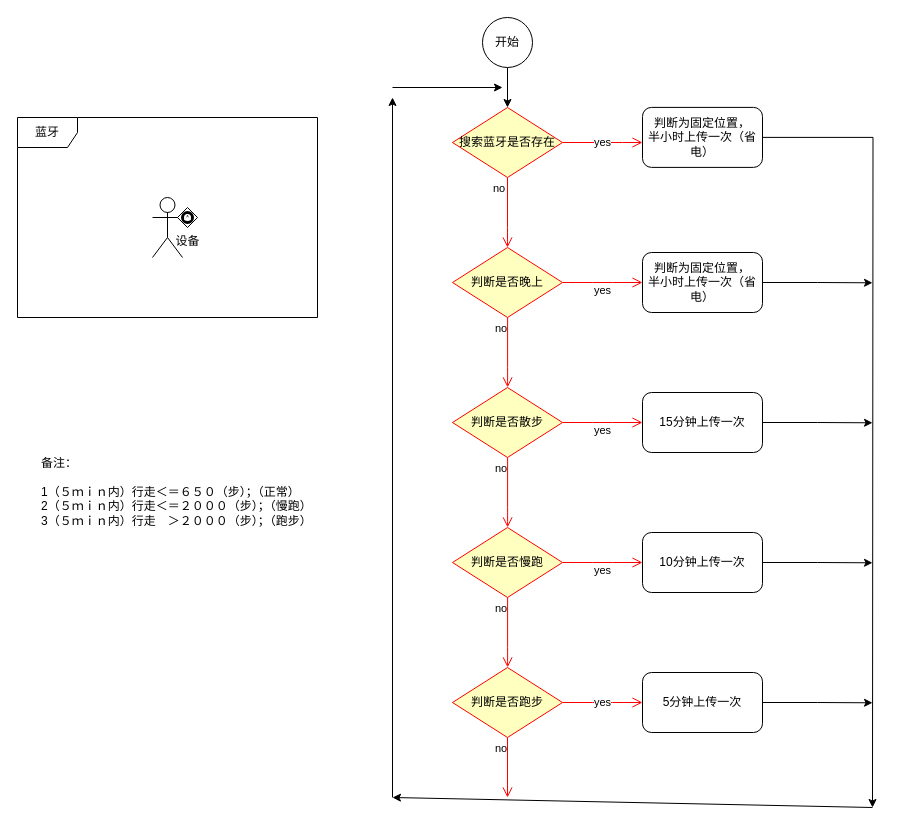
Above: local Blubooth.drawio in startpot/UML-WORK (draw.io), before the change. Source tidied: cells renumbered, new cells numbered last; positions are measured from the earlier drawing's top-left corner, leaving out a move shared by most shapes. Both pictures are drawn from the tidied source at 100%, with x=0, y=0 at pixel (17, 17).
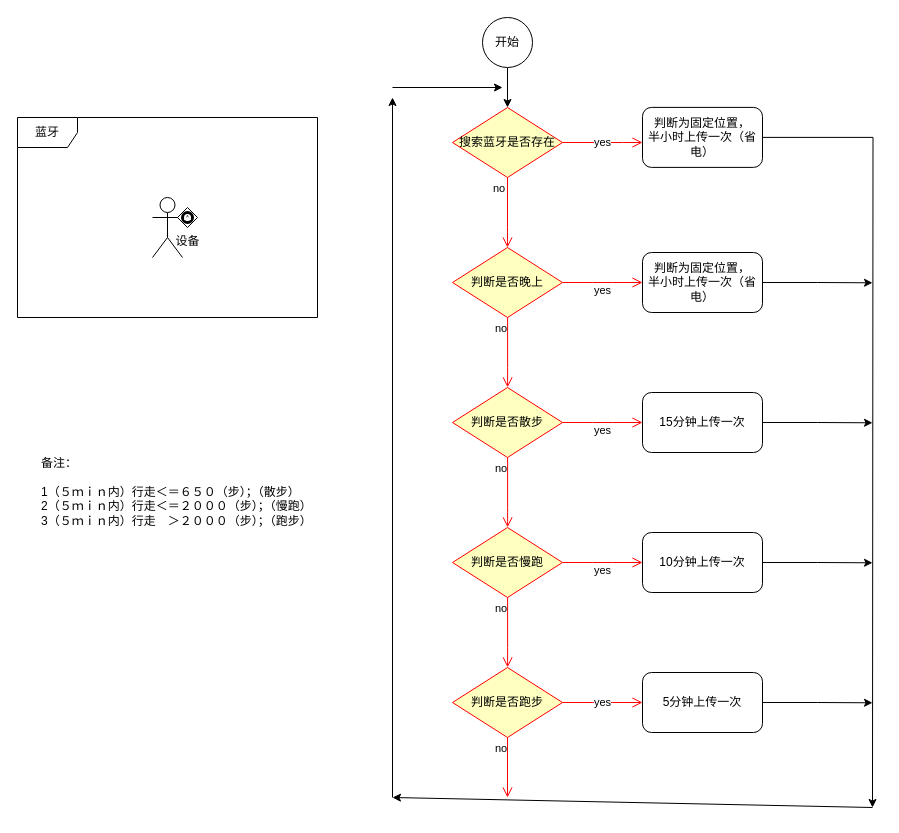
After the change.

What changed in the source:
```diff
@@
-    <mxCell id="35" value="&lt;div&gt;备注：&lt;/div&gt;&lt;div&gt;&lt;br&gt;&lt;/div&gt;&lt;div&gt;1（５ｍｉｎ内）行走＜＝６５０（步）；（正常）&lt;br&gt;2（５ｍｉｎ内）行走＜＝２０００（步）；（慢跑）&lt;br&gt;3（５ｍｉｎ内）行走　＞２０００（步）；（跑步）&lt;/div&gt;" style="text;html=1;align=left;verticalAlign=top;spacingTop=-4;" parent="1" vertex="1">
+    <mxCell id="35" value="&lt;div&gt;备注：&lt;/div&gt;&lt;div&gt;&lt;br&gt;&lt;/div&gt;&lt;div&gt;1（５ｍｉｎ内）行走＜＝６５０（步）；（散步）&lt;br&gt;2（５ｍｉｎ内）行走＜＝２０００（步）；（慢跑）&lt;br&gt;3（５ｍｉｎ内）行走　＞２０００（步）；（跑步）&lt;/div&gt;" style="text;html=1;align=left;verticalAlign=top;spacingTop=-4;" parent="1" vertex="1">
       <mxGeometry x="22" y="436" width="300" height="70" as="geometry" />
     </mxCell>
```
